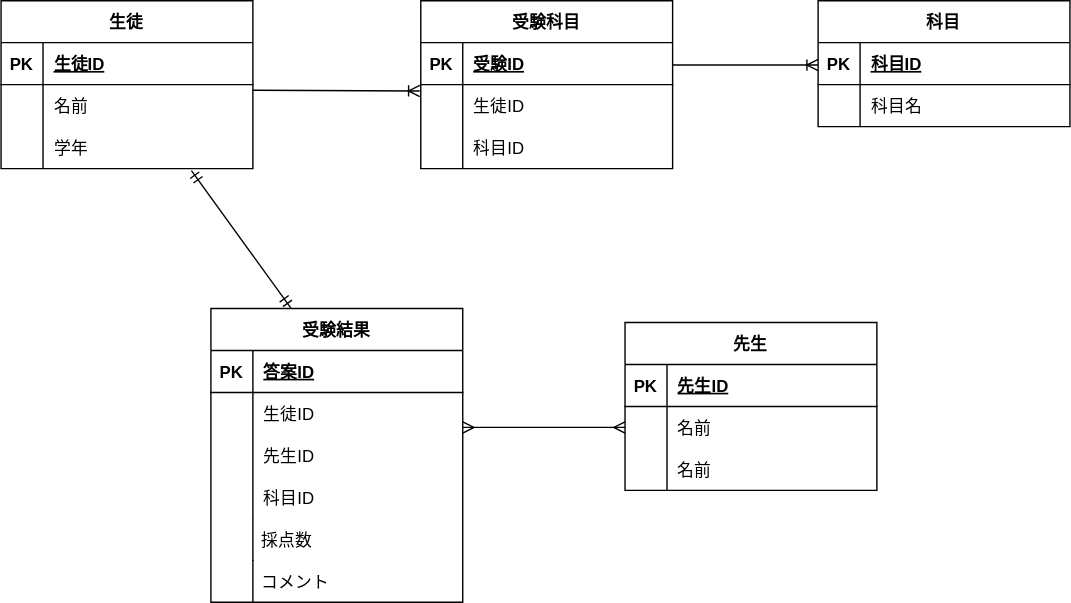
Above: ER.drawio.svg in ohashi3589/20230217_ohashi (draw.io), before the change. Source tidied: cells renumbered, new cells last; positions are measured from the earlier drawing's top-left corner, leaving out a move shared by most shapes. Its diagram source:
```xml
<mxGraphModel>
  <root>
    <mxCell id="0" />
    <mxCell id="1" parent="0" />
    <mxCell id="2" value="生徒" style="shape=table;startSize=30;rowLines=0;fontStyle=1;align=center;" parent="1" vertex="1">
      <mxGeometry width="180" height="120" as="geometry" />
    </mxCell>
    <mxCell id="3" style="shape=tableRow;horizontal=0;startSize=0;swimlaneHead=0;swimlaneBody=0;fillColor=none;top=0;left=0;right=0;bottom=1;" parent="2" vertex="1">
      <mxGeometry y="30" width="180" height="30" as="geometry" />
    </mxCell>
    <mxCell id="4" value="PK" style="shape=partialRectangle;fillColor=none;top=0;left=0;bottom=0;right=0;fontStyle=1;overflow=hidden;" parent="3" vertex="1">
      <mxGeometry width="30" height="30" as="geometry" />
    </mxCell>
    <mxCell id="5" value="生徒ID" style="shape=partialRectangle;fillColor=none;top=0;left=0;bottom=0;right=0;align=left;spacingLeft=6;fontStyle=5;overflow=hidden;" parent="3" vertex="1">
      <mxGeometry x="30" width="150" height="30" as="geometry" />
    </mxCell>
    <mxCell id="6" style="shape=tableRow;horizontal=0;startSize=0;swimlaneHead=0;swimlaneBody=0;fillColor=none;top=0;left=0;right=0;bottom=0;" parent="2" vertex="1">
      <mxGeometry y="60" width="180" height="30" as="geometry" />
    </mxCell>
    <mxCell id="7" style="shape=partialRectangle;fillColor=none;top=0;left=0;bottom=0;right=0;overflow=hidden;" parent="6" vertex="1">
      <mxGeometry width="30" height="30" as="geometry" />
    </mxCell>
    <mxCell id="8" value="名前" style="shape=partialRectangle;fillColor=none;top=0;left=0;bottom=0;right=0;align=left;spacingLeft=6;overflow=hidden;" parent="6" vertex="1">
      <mxGeometry x="30" width="150" height="30" as="geometry" />
    </mxCell>
    <mxCell id="9" style="shape=tableRow;horizontal=0;startSize=0;swimlaneHead=0;swimlaneBody=0;fillColor=none;points=[[0,0.5],[1,0.5]];portConstraint=eastwest;top=0;left=0;right=0;bottom=0;" parent="2" vertex="1">
      <mxGeometry y="90" width="180" height="30" as="geometry" />
    </mxCell>
    <mxCell id="10" style="shape=partialRectangle;fillColor=none;top=0;left=0;bottom=0;right=0;overflow=hidden;" parent="9" vertex="1">
      <mxGeometry width="30" height="30" as="geometry" />
    </mxCell>
    <mxCell id="11" value="学年" style="shape=partialRectangle;fillColor=none;top=0;left=0;bottom=0;right=0;align=left;spacingLeft=6;overflow=hidden;" parent="9" vertex="1">
      <mxGeometry x="30" width="150" height="30" as="geometry" />
    </mxCell>
    <mxCell id="12" value="受験科目" style="shape=table;startSize=30;rowLines=0;fontStyle=1;align=center;strokeWidth=1;" parent="1" vertex="1">
      <mxGeometry x="300" width="180" height="120" as="geometry" />
    </mxCell>
    <mxCell id="13" style="shape=tableRow;horizontal=0;startSize=0;swimlaneHead=0;swimlaneBody=0;fillColor=none;top=0;left=0;right=0;bottom=1;strokeWidth=1;" parent="12" vertex="1">
      <mxGeometry y="30" width="180" height="30" as="geometry" />
    </mxCell>
    <mxCell id="14" value="PK" style="shape=partialRectangle;fillColor=none;top=0;left=0;bottom=0;right=0;fontStyle=1;overflow=hidden;strokeWidth=1;" parent="13" vertex="1">
      <mxGeometry width="30" height="30" as="geometry" />
    </mxCell>
    <mxCell id="15" value="受験ID" style="shape=partialRectangle;fillColor=none;top=0;left=0;bottom=0;right=0;align=left;spacingLeft=6;fontStyle=5;overflow=hidden;strokeWidth=1;" parent="13" vertex="1">
      <mxGeometry x="30" width="150" height="30" as="geometry" />
    </mxCell>
    <mxCell id="16" style="shape=tableRow;horizontal=0;startSize=0;swimlaneHead=0;swimlaneBody=0;fillColor=none;top=0;left=0;right=0;bottom=0;strokeWidth=1;" parent="12" vertex="1">
      <mxGeometry y="60" width="180" height="30" as="geometry" />
    </mxCell>
    <mxCell id="17" style="shape=partialRectangle;fillColor=none;top=0;left=0;bottom=0;right=0;overflow=hidden;strokeWidth=1;" parent="16" vertex="1">
      <mxGeometry width="30" height="30" as="geometry" />
    </mxCell>
    <mxCell id="18" value="生徒ID" style="shape=partialRectangle;fillColor=none;top=0;left=0;bottom=0;right=0;align=left;spacingLeft=6;overflow=hidden;strokeWidth=1;" parent="16" vertex="1">
      <mxGeometry x="30" width="150" height="30" as="geometry" />
    </mxCell>
    <mxCell id="19" style="shape=tableRow;horizontal=0;startSize=0;swimlaneHead=0;swimlaneBody=0;fillColor=none;top=0;left=0;right=0;bottom=0;strokeWidth=1;" parent="12" vertex="1">
      <mxGeometry y="90" width="180" height="30" as="geometry" />
    </mxCell>
    <mxCell id="20" style="shape=partialRectangle;fillColor=none;top=0;left=0;bottom=0;right=0;overflow=hidden;strokeWidth=1;" parent="19" vertex="1">
      <mxGeometry width="30" height="30" as="geometry" />
    </mxCell>
    <mxCell id="21" value="科目ID" style="shape=partialRectangle;fillColor=none;top=0;left=0;bottom=0;right=0;align=left;spacingLeft=6;overflow=hidden;strokeWidth=1;" parent="19" vertex="1">
      <mxGeometry x="30" width="150" height="30" as="geometry" />
    </mxCell>
    <mxCell id="22" value="科目" style="shape=table;startSize=30;rowLines=0;fontStyle=1;align=center;strokeWidth=1;" parent="1" vertex="1">
      <mxGeometry x="584" width="180" height="90" as="geometry" />
    </mxCell>
    <mxCell id="23" style="shape=tableRow;horizontal=0;startSize=0;swimlaneHead=0;swimlaneBody=0;fillColor=none;top=0;left=0;right=0;bottom=1;strokeWidth=1;" parent="22" vertex="1">
      <mxGeometry y="30" width="180" height="30" as="geometry" />
    </mxCell>
    <mxCell id="24" value="PK" style="shape=partialRectangle;fillColor=none;top=0;left=0;bottom=0;right=0;fontStyle=1;overflow=hidden;strokeWidth=1;" parent="23" vertex="1">
      <mxGeometry width="30" height="30" as="geometry" />
    </mxCell>
    <mxCell id="25" value="科目ID" style="shape=partialRectangle;fillColor=none;top=0;left=0;bottom=0;right=0;align=left;spacingLeft=6;fontStyle=5;overflow=hidden;strokeWidth=1;" parent="23" vertex="1">
      <mxGeometry x="30" width="150" height="30" as="geometry" />
    </mxCell>
    <mxCell id="26" style="shape=tableRow;horizontal=0;startSize=0;swimlaneHead=0;swimlaneBody=0;fillColor=none;top=0;left=0;right=0;bottom=0;strokeWidth=1;" parent="22" vertex="1">
      <mxGeometry y="60" width="180" height="30" as="geometry" />
    </mxCell>
    <mxCell id="27" style="shape=partialRectangle;fillColor=none;top=0;left=0;bottom=0;right=0;overflow=hidden;strokeWidth=1;" parent="26" vertex="1">
      <mxGeometry width="30" height="30" as="geometry" />
    </mxCell>
    <mxCell id="28" value="科目名" style="shape=partialRectangle;fillColor=none;top=0;left=0;bottom=0;right=0;align=left;spacingLeft=6;overflow=hidden;strokeWidth=1;" parent="26" vertex="1">
      <mxGeometry x="30" width="150" height="30" as="geometry" />
    </mxCell>
    <mxCell id="29" value="受験結果" style="shape=table;startSize=30;rowLines=0;fontStyle=1;align=center;strokeWidth=1;" parent="1" vertex="1">
      <mxGeometry x="150" y="220" width="180" height="210" as="geometry" />
    </mxCell>
    <mxCell id="30" style="shape=tableRow;horizontal=0;startSize=0;swimlaneHead=0;swimlaneBody=0;fillColor=none;top=0;left=0;right=0;bottom=1;strokeWidth=1;" parent="29" vertex="1">
      <mxGeometry y="30" width="180" height="30" as="geometry" />
    </mxCell>
    <mxCell id="31" value="PK" style="shape=partialRectangle;fillColor=none;top=0;left=0;bottom=0;right=0;fontStyle=1;overflow=hidden;strokeWidth=1;" parent="30" vertex="1">
      <mxGeometry width="30" height="30" as="geometry" />
    </mxCell>
    <mxCell id="32" value="答案ID" style="shape=partialRectangle;fillColor=none;top=0;left=0;bottom=0;right=0;align=left;spacingLeft=6;fontStyle=5;overflow=hidden;strokeWidth=1;" parent="30" vertex="1">
      <mxGeometry x="30" width="150" height="30" as="geometry" />
    </mxCell>
    <mxCell id="33" style="shape=tableRow;horizontal=0;startSize=0;swimlaneHead=0;swimlaneBody=0;fillColor=none;top=0;left=0;right=0;bottom=0;strokeWidth=1;" parent="29" vertex="1">
      <mxGeometry y="60" width="180" height="30" as="geometry" />
    </mxCell>
    <mxCell id="34" style="shape=partialRectangle;fillColor=none;top=0;left=0;bottom=0;right=0;overflow=hidden;strokeWidth=1;" parent="33" vertex="1">
      <mxGeometry width="30" height="30" as="geometry" />
    </mxCell>
    <mxCell id="35" value="生徒ID" style="shape=partialRectangle;fillColor=none;top=0;left=0;bottom=0;right=0;align=left;spacingLeft=6;overflow=hidden;strokeWidth=0;" parent="33" vertex="1">
      <mxGeometry x="30" width="150" height="30" as="geometry" />
    </mxCell>
    <mxCell id="36" style="shape=tableRow;horizontal=0;startSize=0;swimlaneHead=0;swimlaneBody=0;fillColor=none;top=0;left=0;right=0;bottom=0;strokeWidth=1;" parent="29" vertex="1">
      <mxGeometry y="90" width="180" height="30" as="geometry" />
    </mxCell>
    <mxCell id="37" style="shape=partialRectangle;fillColor=none;top=0;left=0;bottom=0;right=0;overflow=hidden;strokeWidth=1;" parent="36" vertex="1">
      <mxGeometry width="30" height="30" as="geometry" />
    </mxCell>
    <mxCell id="38" value="先生ID" style="shape=partialRectangle;fillColor=none;top=0;left=0;bottom=0;right=0;align=left;spacingLeft=6;overflow=hidden;strokeWidth=1;" parent="36" vertex="1">
      <mxGeometry x="30" width="150" height="30" as="geometry" />
    </mxCell>
    <mxCell id="39" style="shape=tableRow;horizontal=0;startSize=0;swimlaneHead=0;swimlaneBody=0;fillColor=none;top=0;left=0;right=0;bottom=0;strokeWidth=1;swimlaneLine=1;" parent="29" vertex="1">
      <mxGeometry y="120" width="180" height="30" as="geometry" />
    </mxCell>
    <mxCell id="40" style="shape=partialRectangle;fillColor=none;top=0;left=0;bottom=0;right=0;overflow=hidden;strokeWidth=1;" parent="39" vertex="1">
      <mxGeometry width="30" height="30" as="geometry" />
    </mxCell>
    <mxCell id="41" value="科目ID" style="shape=partialRectangle;fillColor=none;top=0;left=0;bottom=0;right=0;align=left;spacingLeft=6;overflow=hidden;strokeWidth=1;" parent="39" vertex="1">
      <mxGeometry x="30" width="150" height="30" as="geometry" />
    </mxCell>
    <mxCell id="42" value=" 採点数" style="shape=partialRectangle;fillColor=none;align=left;verticalAlign=middle;strokeColor=none;spacingLeft=34;strokeWidth=1;" parent="1" vertex="1">
      <mxGeometry x="150" y="370" width="90" height="30" as="geometry" />
    </mxCell>
    <mxCell id="43" style="shape=partialRectangle;top=0;left=0;bottom=0;fillColor=none;stokeWidth=1;align=left;verticalAlign=middle;spacingLeft=4;spacingRight=4;overflow=hidden;strokeWidth=1;" parent="42" vertex="1">
      <mxGeometry width="30" height="30" as="geometry" />
    </mxCell>
    <mxCell id="44" value="先生" style="shape=table;startSize=30;rowLines=0;fontStyle=1;align=center;strokeWidth=1;" parent="1" vertex="1">
      <mxGeometry x="446" y="230" width="180" height="120" as="geometry" />
    </mxCell>
    <mxCell id="45" style="shape=tableRow;horizontal=0;startSize=0;swimlaneHead=0;swimlaneBody=0;fillColor=none;top=0;left=0;right=0;bottom=1;strokeWidth=1;" parent="44" vertex="1">
      <mxGeometry y="30" width="180" height="30" as="geometry" />
    </mxCell>
    <mxCell id="46" value="PK" style="shape=partialRectangle;fillColor=none;top=0;left=0;bottom=0;right=0;fontStyle=1;overflow=hidden;strokeWidth=1;" parent="45" vertex="1">
      <mxGeometry width="30" height="30" as="geometry" />
    </mxCell>
    <mxCell id="47" value="先生ID" style="shape=partialRectangle;fillColor=none;top=0;left=0;bottom=0;right=0;align=left;spacingLeft=6;fontStyle=5;overflow=hidden;strokeWidth=1;" parent="45" vertex="1">
      <mxGeometry x="30" width="150" height="30" as="geometry" />
    </mxCell>
    <mxCell id="48" style="shape=tableRow;horizontal=0;startSize=0;swimlaneHead=0;swimlaneBody=0;fillColor=none;points=[[0,0.5],[1,0.5]];portConstraint=eastwest;top=0;left=0;right=0;bottom=0;strokeWidth=1;" parent="44" vertex="1">
      <mxGeometry y="60" width="180" height="30" as="geometry" />
    </mxCell>
    <mxCell id="49" style="shape=partialRectangle;fillColor=none;top=0;left=0;bottom=0;right=0;overflow=hidden;strokeWidth=1;" parent="48" vertex="1">
      <mxGeometry width="30" height="30" as="geometry" />
    </mxCell>
    <mxCell id="50" value="名前" style="shape=partialRectangle;fillColor=none;top=0;left=0;bottom=0;right=0;align=left;spacingLeft=6;overflow=hidden;strokeWidth=1;" parent="48" vertex="1">
      <mxGeometry x="30" width="150" height="30" as="geometry" />
    </mxCell>
    <mxCell id="51" style="shape=tableRow;horizontal=0;startSize=0;swimlaneHead=0;swimlaneBody=0;fillColor=none;top=0;left=0;right=0;bottom=0;strokeWidth=1;" parent="44" vertex="1">
      <mxGeometry y="90" width="180" height="30" as="geometry" />
    </mxCell>
    <mxCell id="52" style="shape=partialRectangle;fillColor=none;top=0;left=0;bottom=0;right=0;overflow=hidden;strokeWidth=1;" parent="51" vertex="1">
      <mxGeometry width="30" height="30" as="geometry" />
    </mxCell>
    <mxCell id="53" value="名前" style="shape=partialRectangle;fillColor=none;top=0;left=0;bottom=0;right=0;align=left;spacingLeft=6;overflow=hidden;strokeWidth=1;" parent="51" vertex="1">
      <mxGeometry x="30" width="150" height="30" as="geometry" />
    </mxCell>
    <mxCell id="54" value=" コメント" style="shape=partialRectangle;fillColor=none;align=left;verticalAlign=middle;strokeColor=none;spacingLeft=34;strokeWidth=1;" parent="1" vertex="1">
      <mxGeometry x="150" y="400" width="90" height="30" as="geometry" />
    </mxCell>
    <mxCell id="55" style="shape=partialRectangle;top=0;left=0;bottom=0;fillColor=none;stokeWidth=1;align=left;verticalAlign=middle;spacingLeft=4;spacingRight=4;overflow=hidden;strokeWidth=1;" parent="54" vertex="1">
      <mxGeometry width="30" height="30" as="geometry" />
    </mxCell>
    <mxCell id="56" style="fontSize=12;html=1;endArrow=ERoneToMany;entryX=0;entryY=0.5;entryDx=0;entryDy=0;" parent="1" edge="1">
      <mxGeometry relative="1" as="geometry">
        <mxPoint x="480" y="46" as="sourcePoint" />
        <mxPoint x="584" y="46" as="targetPoint" />
      </mxGeometry>
    </mxCell>
    <mxCell id="57" style="fontSize=12;html=1;endArrow=ERmany;startArrow=ERmany;entryX=0;entryY=0.5;entryDx=0;entryDy=0;" parent="1" edge="1" target="48">
      <mxGeometry relative="1" as="geometry">
        <mxPoint x="330" y="305" as="sourcePoint" />
      </mxGeometry>
    </mxCell>
    <mxCell id="58" style="fontSize=12;html=1;endArrow=ERoneToMany;entryX=-0.004;entryY=0.352;entryDx=0;entryDy=0;entryPerimeter=0;" parent="1" edge="1">
      <mxGeometry relative="1" as="geometry">
        <mxPoint x="180" y="64" as="sourcePoint" />
        <mxPoint x="299.3" y="64.6" as="targetPoint" />
      </mxGeometry>
    </mxCell>
    <mxCell id="59" style="fontSize=12;html=1;endArrow=ERmandOne;startArrow=ERmandOne;entryX=0.317;entryY=-0.002;entryDx=0;entryDy=0;entryPerimeter=0;exitX=0.756;exitY=1.05;exitDx=0;exitDy=0;exitPerimeter=0;" parent="1" edge="1" source="9" target="29">
      <mxGeometry relative="1" as="geometry" />
    </mxCell>
  </root>
</mxGraphModel>
```
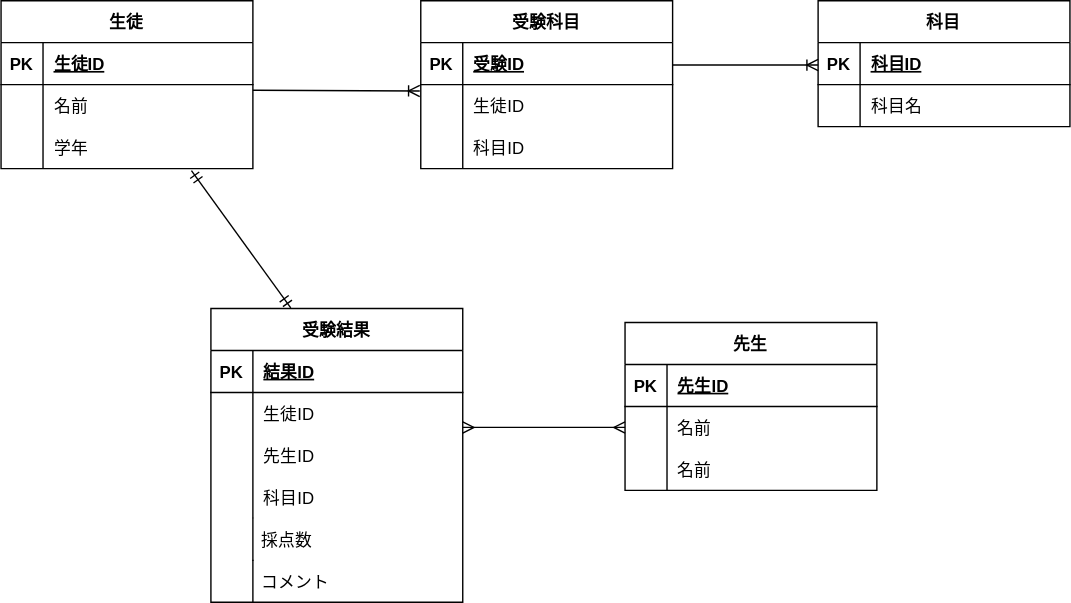
After the commit.

Change to the diagram source:
```diff
@@ -92,7 +92,7 @@
     <mxCell id="31" value="PK" style="shape=partialRectangle;fillColor=none;top=0;left=0;bottom=0;right=0;fontStyle=1;overflow=hidden;strokeWidth=1;" parent="30" vertex="1">
       <mxGeometry width="30" height="30" as="geometry" />
     </mxCell>
-    <mxCell id="32" value="答案ID" style="shape=partialRectangle;fillColor=none;top=0;left=0;bottom=0;right=0;align=left;spacingLeft=6;fontStyle=5;overflow=hidden;strokeWidth=1;" parent="30" vertex="1">
+    <mxCell id="32" value="結果ID" style="shape=partialRectangle;fillColor=none;top=0;left=0;bottom=0;right=0;align=left;spacingLeft=6;fontStyle=5;overflow=hidden;strokeWidth=1;" parent="30" vertex="1">
       <mxGeometry x="30" width="150" height="30" as="geometry" />
     </mxCell>
     <mxCell id="33" style="shape=tableRow;horizontal=0;startSize=0;swimlaneHead=0;swimlaneBody=0;fillColor=none;top=0;left=0;right=0;bottom=0;strokeWidth=1;" parent="29" vertex="1">
```
